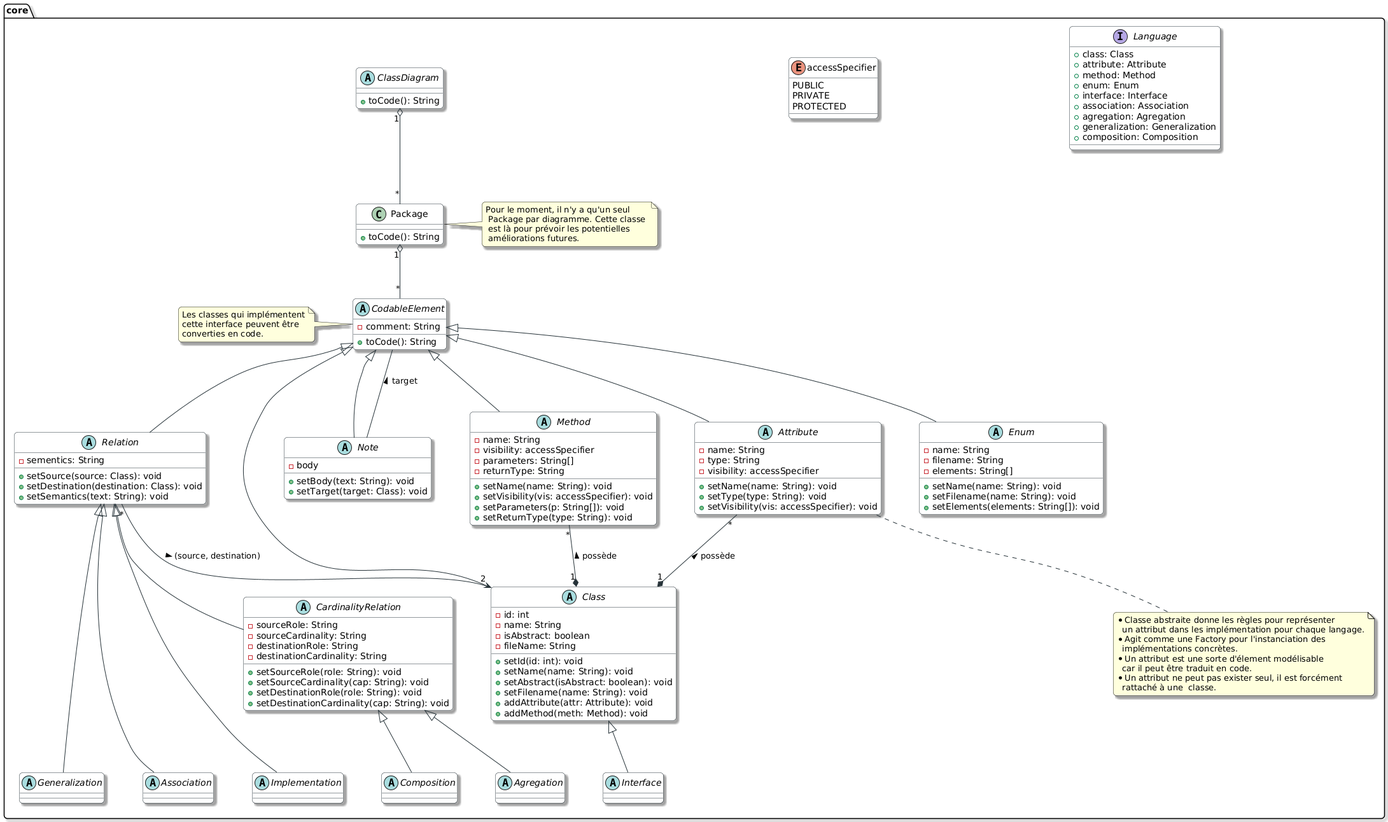
Above: uml_diagrams/core_diagram.png in bobbysenior/uml2code-mirror (PlantUML), before the change. Its source is kept beside it as uml_diagrams/core_diagram.puml.
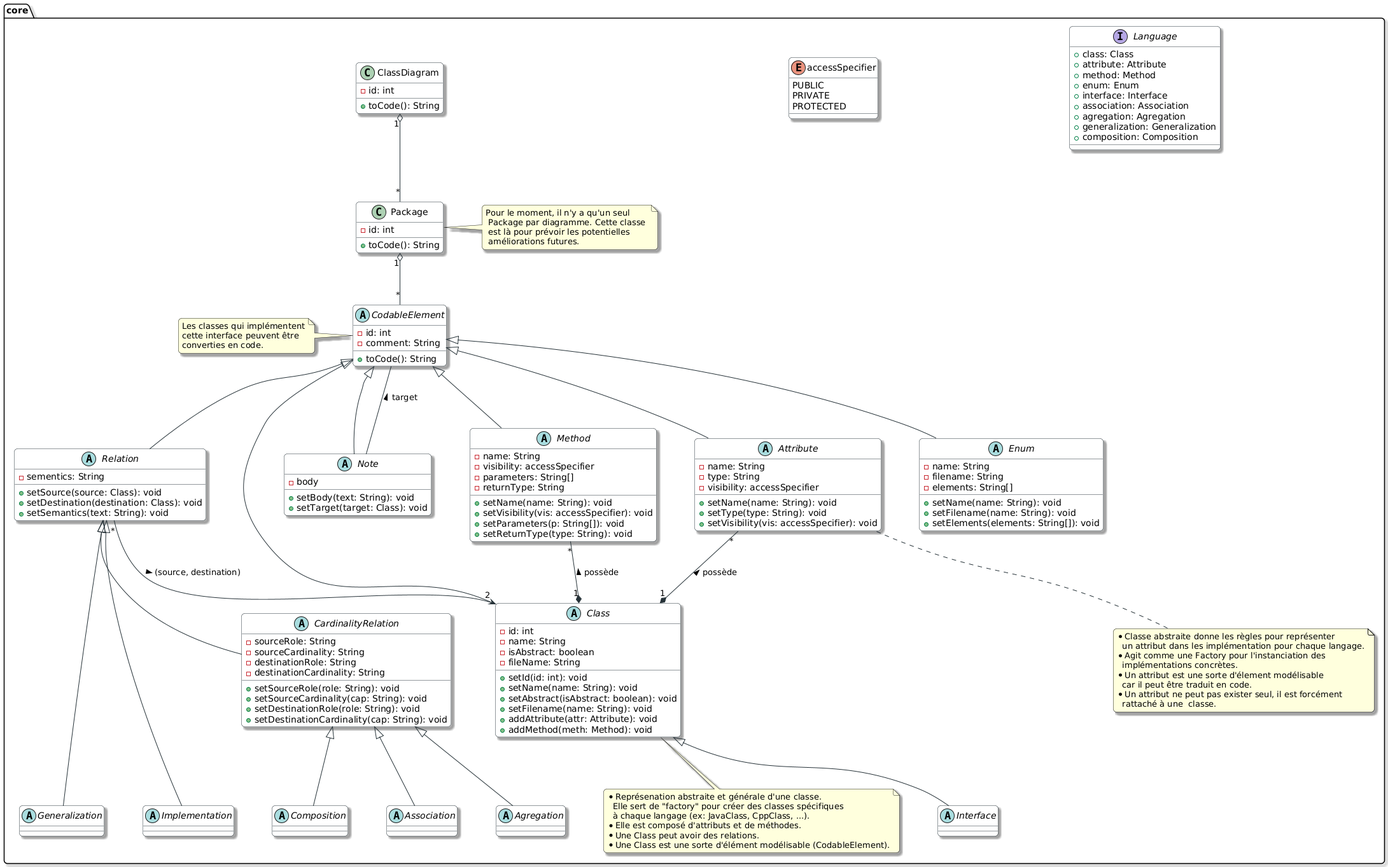
After the commit.

Commit message:
ajout identifiants dans les diagrammes

Diff of the diagram source:
```diff
@@ -24,11 +24,13 @@
     }
 
     abstract class CodableElement {
+        - id: int
         - comment: String
         + toCode(): String
     }
 
     class Package {
+      - id: int
       +toCode(): String
     }
 
@@ -83,7 +85,8 @@
         PROTECTED
     }
 
-    abstract class ClassDiagram {
+    class ClassDiagram {
+      - id: int
       + toCode(): String
     }
 
@@ -107,7 +110,7 @@
 
     together {
         abstract class Generalization extends Relation
-        abstract class Association extends Relation
+        abstract class Association extends CardinalityRelation
         abstract class Implementation extends Relation
         abstract class Agregation extends CardinalityRelation
         abstract class Composition extends CardinalityRelation
@@ -154,5 +157,13 @@
       * Un attribut ne peut pas exister seul, il est forcément
         rattaché à une  classe.
     end note
+    note bottom of Class
+        * Représenation abstraite et générale d'une classe.
+          Elle sert de "factory" pour créer des classes spécifiques
+          à chaque langage (ex: JavaClass, CppClass, ...).
+        * Elle est composé d'attributs et de méthodes.
+        * Une Class peut avoir des relations.
+        * Une Class est une sorte d'élément modélisable (CodableElement).
+    end note
 }
 @enduml
```
